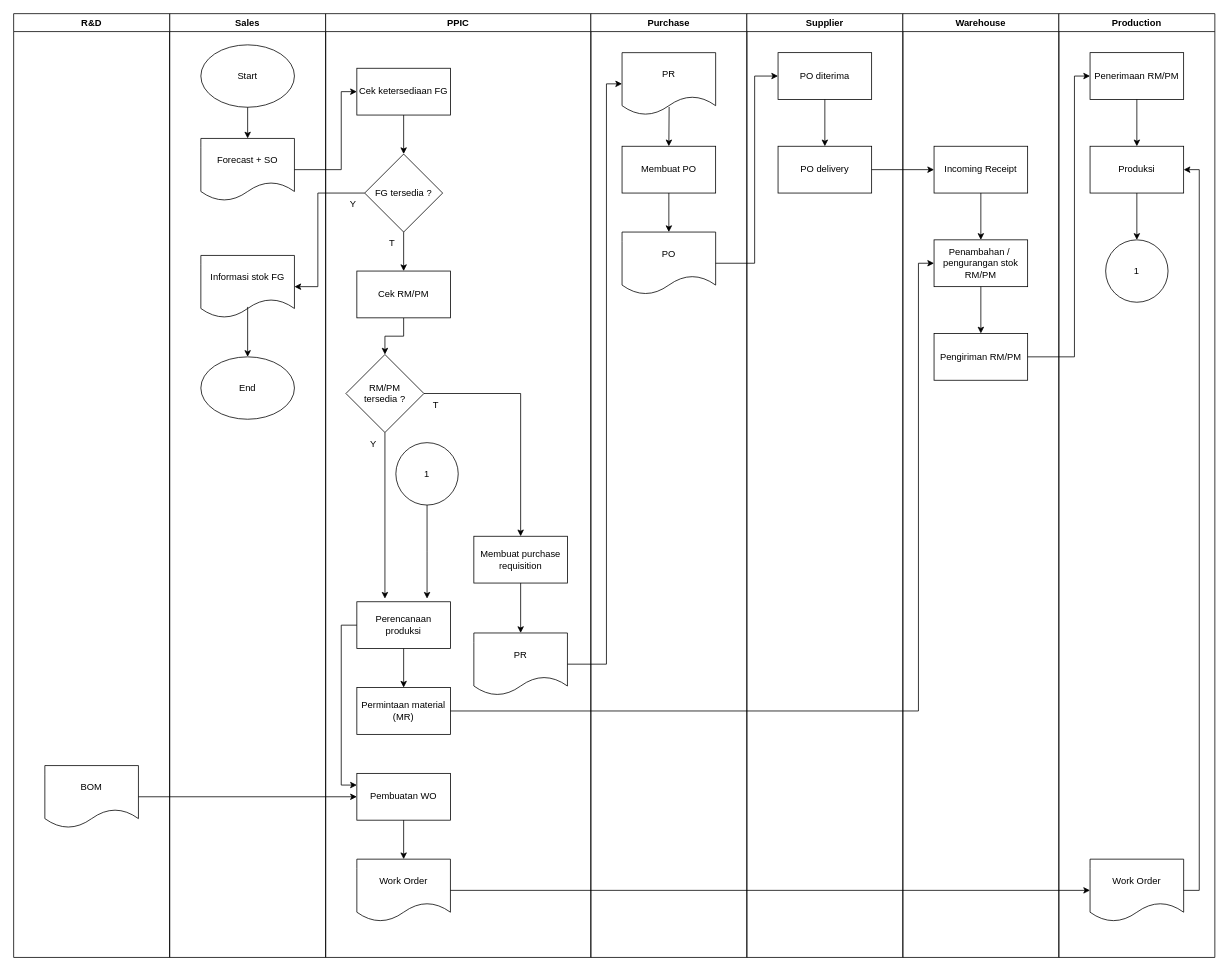
The draw.io diagram page "SOP PPIC - Production Planning (General Flow)" (1 of 29) of SOP Agro.drawio in wilhelmus098/pf, before the edit. Source tidied: cells renumbered, new cells numbered last; positions are measured from the earlier drawing's top-left corner, leaving out a move shared by most shapes. Both pictures are drawn from the tidied source at 78%, with x=0, y=0 at pixel (13, 13).
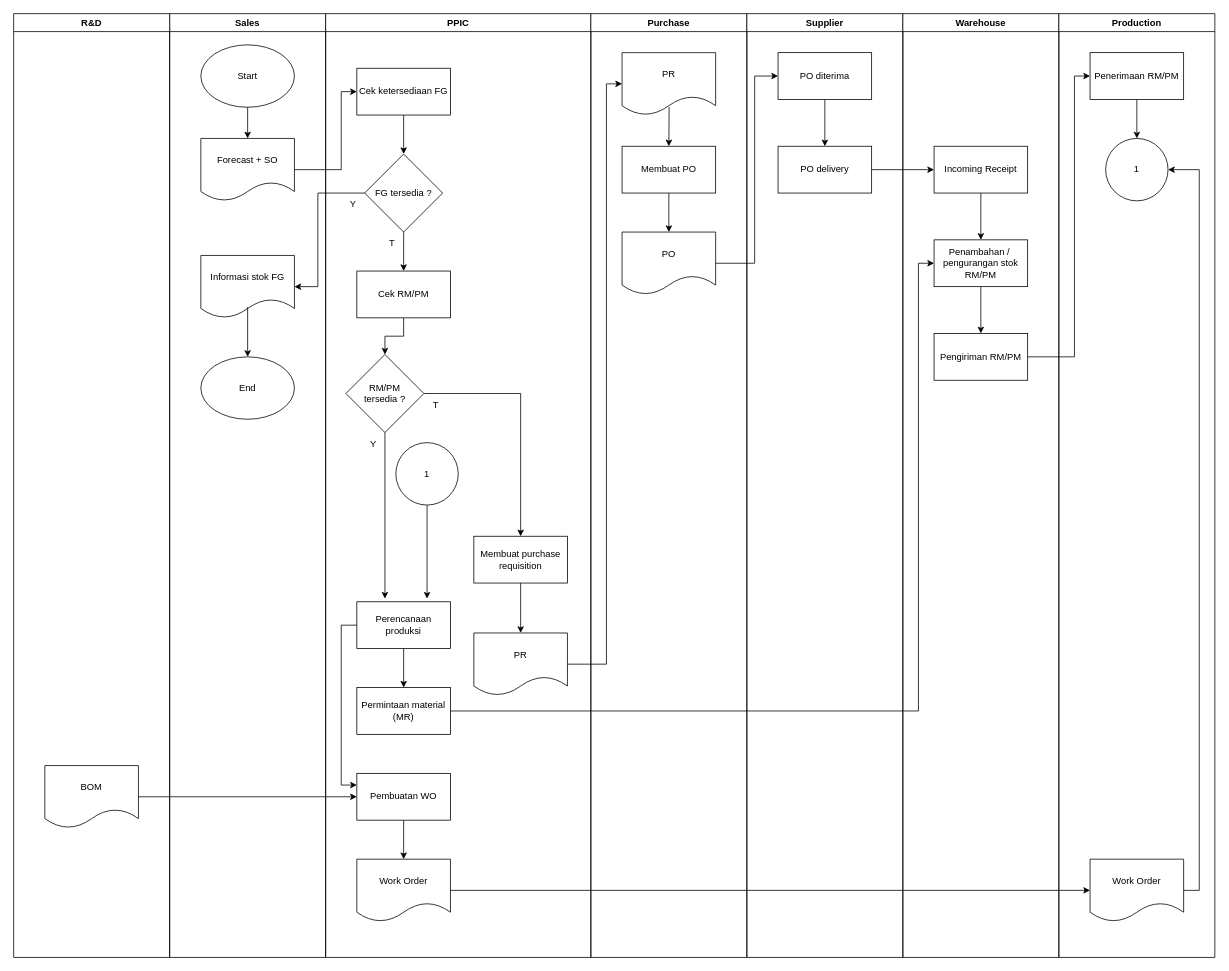
Above is the later version.

Unchanged cells that the change refers to:
```xml
<mxCell id="51" value="Production" style="swimlane;whiteSpace=wrap;html=1;" parent="1" vertex="1">
  <mxGeometry x="1340" width="200" height="1210" as="geometry" />
</mxCell>
<mxCell id="52" value="Penerimaan RM/PM" style="rounded=0;whiteSpace=wrap;html=1;" parent="51" vertex="1">
  <mxGeometry x="40" y="50" width="120" height="60" as="geometry" />
</mxCell>
<mxCell id="56" value="Work Order" style="shape=document;whiteSpace=wrap;html=1;boundedLbl=1;" parent="51" vertex="1">
  <mxGeometry x="40" y="1084" width="120" height="80" as="geometry" />
</mxCell>
```

Diff of the diagram source:
```diff
@@
+    <mxCell id="70" style="edgeStyle=orthogonalEdgeStyle;rounded=0;jettySize=auto;html=1;" parent="51" edge="1" source="52" target="58">
+      <mxGeometry relative="1" as="geometry" />
+    </mxCell>
@@
-    <mxCell id="53" value="Produksi" style="rounded=0;whiteSpace=wrap;html=1;" parent="51" vertex="1">
-      <mxGeometry x="40" y="170" width="120" height="60" as="geometry" />
-    </mxCell>
-    <mxCell id="54" style="endArrow=classic;html=1;rounded=0;exitX=0.5;exitY=1;exitDx=0;exitDy=0;entryX=0.5;entryY=0;entryDx=0;entryDy=0;" parent="51" edge="1" source="52" target="53">
-      <mxGeometry relative="1" as="geometry" />
-    </mxCell>
-    <mxCell id="55" style="endArrow=classic;html=1;rounded=0;exitX=0.5;exitY=1;exitDx=0;exitDy=0;entryX=0.5;entryY=0;entryDx=0;entryDy=0;" parent="51" edge="1" source="53">
-      <mxGeometry relative="1" as="geometry">
-        <mxPoint x="100" y="290" as="targetPoint" />
-      </mxGeometry>
-    </mxCell>
@@
-    <mxCell id="57" style="endArrow=classic;html=1;rounded=0;exitX=1;exitY=0.5;exitDx=0;exitDy=0;entryX=1;entryY=0.5;entryDx=0;entryDy=0;" parent="51" edge="1" source="56" target="53">
+    <mxCell id="57" style="endArrow=classic;html=1;rounded=0;exitX=1;exitY=0.5;exitDx=0;exitDy=0;entryX=1;entryY=0.5;entryDx=0;entryDy=0;" parent="51" edge="1" source="56" target="58">
       <mxGeometry relative="1" as="geometry">
         <Array as="points">
           <mxPoint x="180" y="1124" />
           <mxPoint x="180" y="200" />
         </Array>
       </mxGeometry>
     </mxCell>
     <mxCell id="58" value="1" style="ellipse;whiteSpace=wrap;html=1;" parent="51" vertex="1">
-      <mxGeometry x="60" y="290" width="80" height="80" as="geometry" />
+      <mxGeometry x="60" y="160" width="80" height="80" as="geometry" />
     </mxCell>
```
